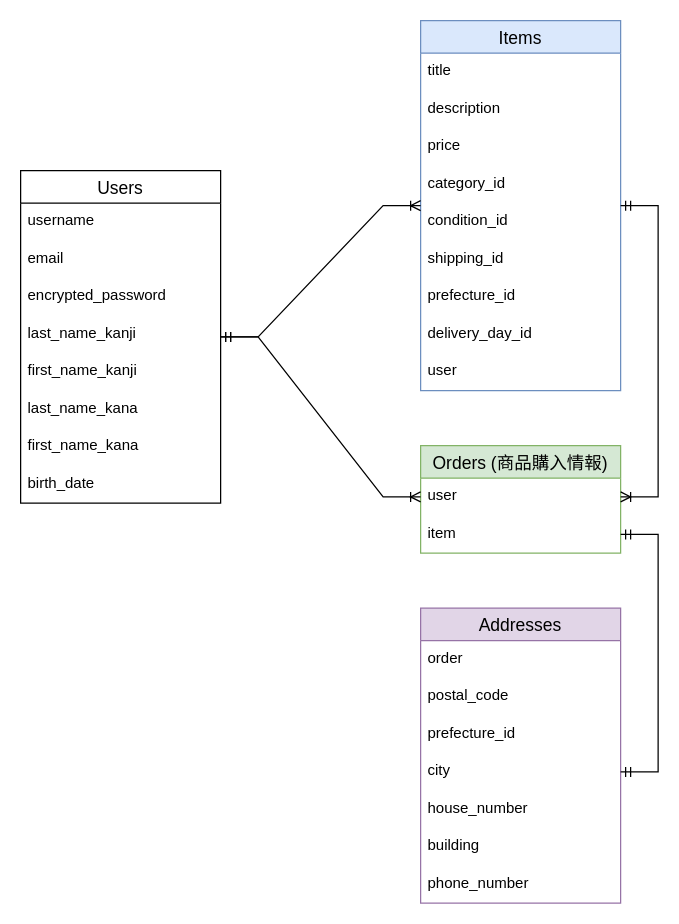
The draw.io diagram test.dio in IP-C/furima-39441-d, before the edit. Source tidied: cells renumbered, new cells numbered last; positions are measured from the earlier drawing's top-left corner, leaving out a move shared by most shapes. Both pictures are drawn from the tidied source at 125%, with x=0, y=0 at pixel (20, 20).
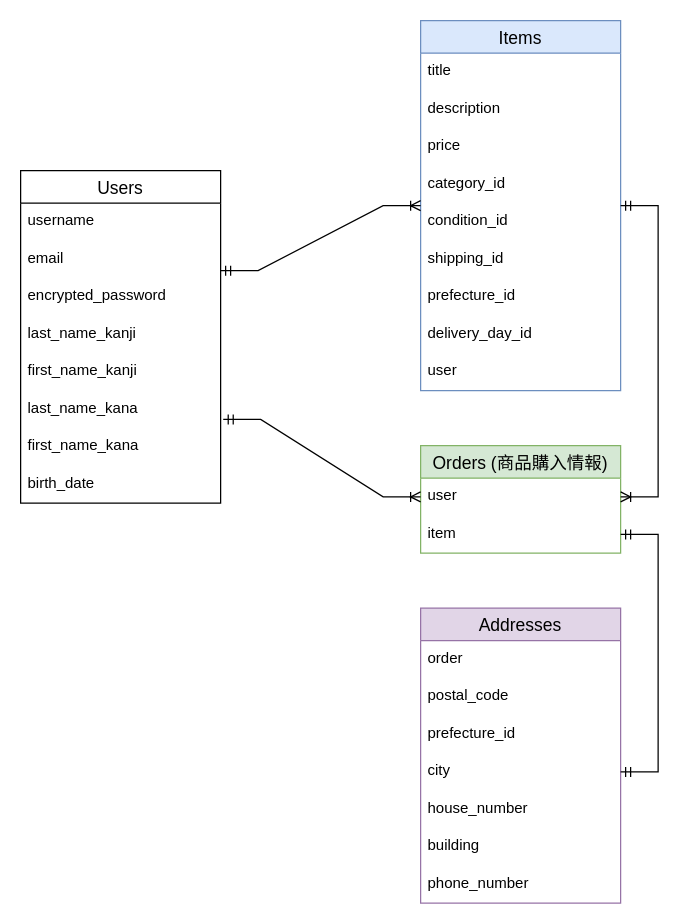
The same page after the edit.

Unchanged cells that the change refers to:
```xml
<mxCell id="2" value="Users" style="swimlane;fontStyle=0;horizontal=1;startSize=26;align=center;fontSize=14;" parent="1" vertex="1">
  <mxGeometry y="120" width="160" height="266" as="geometry" />
</mxCell>
<mxCell id="8" value="last_name_kana" style="text;strokeColor=none;fillColor=none;spacingLeft=4;spacingRight=4;overflow=hidden;points=[[0,0.5],[1,0.5]];portConstraint=eastwest;fontSize=12;fontFamily=Helvetica;fontColor=default;" parent="2" vertex="1">
  <mxGeometry y="176" width="160" height="30" as="geometry" />
</mxCell>
<mxCell id="11" value="Items" style="swimlane;fontStyle=0;horizontal=1;startSize=26;align=center;fontSize=14;fillColor=#dae8fc;strokeColor=#6c8ebf;" parent="1" vertex="1">
  <mxGeometry x="320" width="160" height="296" as="geometry" />
</mxCell>
<mxCell id="22" value="user" style="text;strokeColor=none;fillColor=none;spacingLeft=4;spacingRight=4;overflow=hidden;points=[[0,0.5],[1,0.5]];portConstraint=eastwest;fontSize=12;" parent="21" vertex="1">
  <mxGeometry y="26" width="160" height="30" as="geometry" />
</mxCell>
```

What changed in the source:
```diff
@@
-    <mxCell id="32" style="edgeStyle=entityRelationEdgeStyle;fontSize=12;html=1;endArrow=ERoneToMany;startArrow=ERmandOne;rounded=0;labelBackgroundColor=default;strokeColor=default;fontFamily=Helvetica;fontColor=default;shape=connector;entryX=0;entryY=0.5;entryDx=0;entryDy=0;" parent="1" edge="1" source="2" target="22">
+    <mxCell id="32" style="edgeStyle=entityRelationEdgeStyle;fontSize=12;html=1;endArrow=ERoneToMany;startArrow=ERmandOne;rounded=0;labelBackgroundColor=default;strokeColor=default;fontFamily=Helvetica;fontColor=default;shape=connector;entryX=0;entryY=0.5;entryDx=0;entryDy=0;exitX=1.013;exitY=0.767;exitDx=0;exitDy=0;exitPerimeter=0;" parent="1" edge="1" source="8" target="22">
       <mxGeometry relative="1" as="geometry" />
     </mxCell>
-    <mxCell id="33" style="edgeStyle=entityRelationEdgeStyle;fontSize=12;html=1;endArrow=ERoneToMany;startArrow=ERmandOne;rounded=0;labelBackgroundColor=default;strokeColor=default;fontFamily=Helvetica;fontColor=default;shape=connector;" parent="1" edge="1" source="2" target="11">
-      <mxGeometry relative="1" as="geometry" />
+    <mxCell id="33" style="edgeStyle=entityRelationEdgeStyle;fontSize=12;html=1;endArrow=ERoneToMany;startArrow=ERmandOne;rounded=0;labelBackgroundColor=default;strokeColor=default;fontFamily=Helvetica;fontColor=default;shape=connector;" parent="1" edge="1" target="11">
+      <mxGeometry relative="1" as="geometry">
+        <mxPoint x="160" y="200" as="sourcePoint" />
+      </mxGeometry>
     </mxCell>
```
